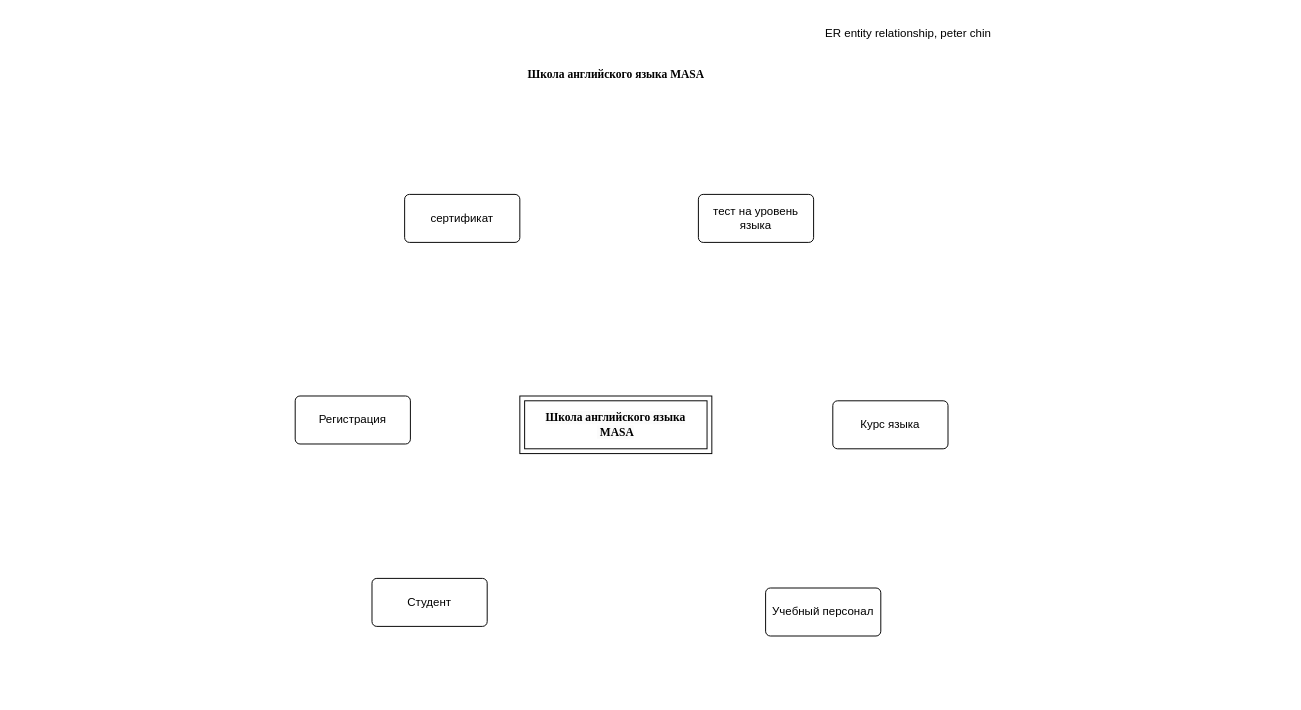
This is Entity_Relation_Masa_notation_peter_chin.drawio from mati-tech/draw.io, a draw.io file, before an edit. Source tidied: cells renumbered, new cells numbered last; positions are measured from the earlier drawing's top-left corner, leaving out a move shared by most shapes. Both pictures are drawn from the tidied source at 96%, with x=0, y=0 at pixel (295, 21).
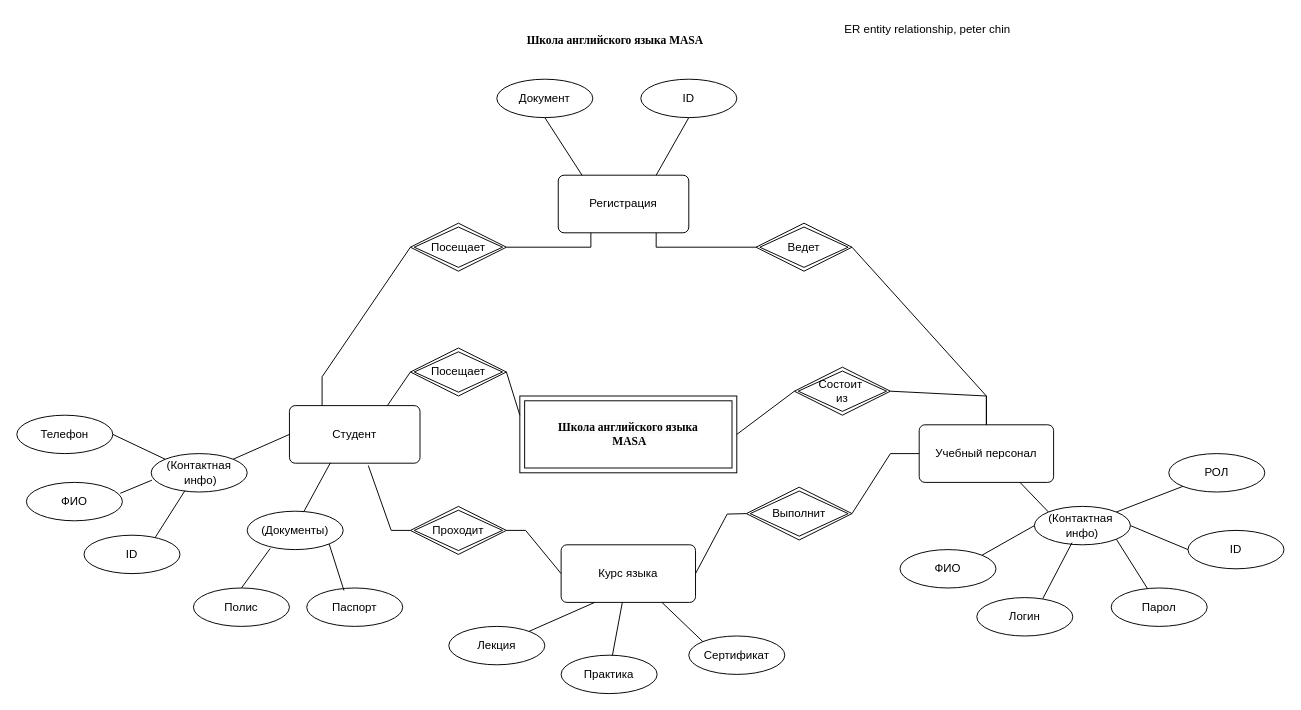
The same page after the edit.

Change to the diagram source:
```diff
@@
     <mxCell id="2" value="&lt;br&gt;&lt;span style=&quot;color: rgb(0, 0, 0); font-family: &amp;quot;Times New Roman&amp;quot;; font-size: 12px; font-style: normal; font-variant-ligatures: normal; font-variant-caps: normal; font-weight: 700; letter-spacing: normal; orphans: 2; text-align: center; text-indent: 0px; text-transform: none; widows: 2; word-spacing: 0px; -webkit-text-stroke-width: 0px; white-space: nowrap; background-color: rgb(251, 251, 251); text-decoration-thickness: initial; text-decoration-style: initial; text-decoration-color: initial; display: inline !important; float: none;&quot;&gt;Школа английского языка&lt;/span&gt;&lt;div&gt;&lt;span style=&quot;color: rgb(0, 0, 0); font-family: &amp;quot;Times New Roman&amp;quot;; font-size: 12px; font-style: normal; font-variant-ligatures: normal; font-variant-caps: normal; font-weight: 700; letter-spacing: normal; orphans: 2; text-align: center; text-indent: 0px; text-transform: none; widows: 2; word-spacing: 0px; -webkit-text-stroke-width: 0px; white-space: nowrap; background-color: rgb(251, 251, 251); text-decoration-thickness: initial; text-decoration-style: initial; text-decoration-color: initial; display: inline !important; float: none;&quot;&gt;&amp;nbsp;MASA&lt;/span&gt;&lt;br&gt;&lt;br&gt;&lt;/div&gt;" style="shape=ext;margin=3;double=1;whiteSpace=wrap;html=1;align=center;" parent="1" vertex="1">
-      <mxGeometry x="234" y="390" width="200" height="60" as="geometry" />
+      <mxGeometry x="234" y="390" width="226" height="80" as="geometry" />
     </mxCell>
     <mxCell id="3" value="Курс языка" style="rounded=1;arcSize=10;whiteSpace=wrap;html=1;align=center;" parent="1" vertex="1">
-      <mxGeometry x="560" y="395" width="120" height="50" as="geometry" />
+      <mxGeometry x="277" y="545" width="140" height="60" as="geometry" />
     </mxCell>
     <mxCell id="4" value="&lt;span style=&quot;font-weight: 700;&quot;&gt;&lt;font face=&quot;Times New Roman&quot;&gt;Школа английского языка MASA&lt;/font&gt;&lt;/span&gt;" style="text;html=1;align=center;verticalAlign=middle;strokeColor=none;fillColor=none;" parent="1" vertex="1">
-      <mxGeometry x="229" y="40" width="210" height="30" as="geometry" />
+      <mxGeometry x="228" y="5" width="210" height="30" as="geometry" />
     </mxCell>
     <mxCell id="5" value="Регистрация" style="rounded=1;arcSize=10;whiteSpace=wrap;html=1;align=center;" parent="1" vertex="1">
-      <mxGeometry y="390" width="120" height="50" as="geometry" />
+      <mxGeometry x="274" y="160" width="136" height="60" as="geometry" />
     </mxCell>
     <mxCell id="6" value="Студент" style="rounded=1;arcSize=10;whiteSpace=wrap;html=1;align=center;" parent="1" vertex="1">
-      <mxGeometry x="80" y="580" width="120" height="50" as="geometry" />
+      <mxGeometry x="-6" y="400" width="136" height="60" as="geometry" />
     </mxCell>
-    <mxCell id="7" value="сертификат" style="rounded=1;arcSize=10;whiteSpace=wrap;html=1;align=center;" parent="1" vertex="1">
-      <mxGeometry x="114" y="180" width="120" height="50" as="geometry" />
-    </mxCell>
-    <mxCell id="8" value="тест на уровень языка" style="rounded=1;arcSize=10;whiteSpace=wrap;html=1;align=center;" parent="1" vertex="1">
-      <mxGeometry x="420" y="180" width="120" height="50" as="geometry" />
-    </mxCell>
     <mxCell id="9" value="Учебный персонал" style="rounded=1;arcSize=10;whiteSpace=wrap;html=1;align=center;" parent="1" vertex="1">
-      <mxGeometry x="490" y="590" width="120" height="50" as="geometry" />
+      <mxGeometry x="650" y="420" width="140" height="60" as="geometry" />
     </mxCell>
     <mxCell id="10" value="ER entity relationship, peter chin&amp;nbsp;&lt;div&gt;&lt;br&gt;&lt;/div&gt;" style="text;html=1;align=center;verticalAlign=middle;strokeColor=none;fillColor=none;" parent="1" vertex="1">
-      <mxGeometry x="540" width="200" height="40" as="geometry" />
+      <mxGeometry x="560" y="-5" width="200" height="40" as="geometry" />
     </mxCell>
+    <mxCell id="11" value="Посещает" style="shape=rhombus;double=1;perimeter=rhombusPerimeter;whiteSpace=wrap;html=1;align=center;" parent="1" vertex="1">
+      <mxGeometry x="120" y="210" width="100" height="50" as="geometry" />
+    </mxCell>
+    <mxCell id="12" value="(Контактная&lt;div&gt;&amp;nbsp;инфо)&lt;/div&gt;" style="ellipse;whiteSpace=wrap;html=1;align=center;" parent="1" vertex="1">
+      <mxGeometry x="-150" y="450" width="100" height="40" as="geometry" />
+    </mxCell>
+    <mxCell id="13" value="Ведет" style="shape=rhombus;double=1;perimeter=rhombusPerimeter;whiteSpace=wrap;html=1;align=center;" parent="1" vertex="1">
+      <mxGeometry x="480" y="210" width="100" height="50" as="geometry" />
+    </mxCell>
+    <mxCell id="14" value="Посещает" style="shape=rhombus;double=1;perimeter=rhombusPerimeter;whiteSpace=wrap;html=1;align=center;" parent="1" vertex="1">
+      <mxGeometry x="120" y="340" width="100" height="50" as="geometry" />
+    </mxCell>
+    <mxCell id="15" value="Состоит&amp;nbsp;&lt;div&gt;из&lt;/div&gt;" style="shape=rhombus;double=1;perimeter=rhombusPerimeter;whiteSpace=wrap;html=1;align=center;" parent="1" vertex="1">
+      <mxGeometry x="520" y="360" width="100" height="50" as="geometry" />
+    </mxCell>
+    <mxCell id="16" value="(Документы)" style="ellipse;whiteSpace=wrap;html=1;align=center;" parent="1" vertex="1">
+      <mxGeometry x="-50" y="510" width="100" height="40" as="geometry" />
+    </mxCell>
+    <mxCell id="17" value="ФИО" style="ellipse;whiteSpace=wrap;html=1;align=center;" parent="1" vertex="1">
+      <mxGeometry x="-280" y="480" width="100" height="40" as="geometry" />
+    </mxCell>
+    <mxCell id="18" value="ID" style="ellipse;whiteSpace=wrap;html=1;align=center;" parent="1" vertex="1">
+      <mxGeometry x="-220" y="535" width="100" height="40" as="geometry" />
+    </mxCell>
+    <mxCell id="19" value="Полис" style="ellipse;whiteSpace=wrap;html=1;align=center;" parent="1" vertex="1">
+      <mxGeometry x="-106" y="590" width="100" height="40" as="geometry" />
+    </mxCell>
+    <mxCell id="20" value="Паспорт" style="ellipse;whiteSpace=wrap;html=1;align=center;" parent="1" vertex="1">
+      <mxGeometry x="12" y="590" width="100" height="40" as="geometry" />
+    </mxCell>
+    <mxCell id="21" value="Документ" style="ellipse;whiteSpace=wrap;html=1;align=center;" parent="1" vertex="1">
+      <mxGeometry x="210" y="60" width="100" height="40" as="geometry" />
+    </mxCell>
+    <mxCell id="22" value="ID" style="ellipse;whiteSpace=wrap;html=1;align=center;" parent="1" vertex="1">
+      <mxGeometry x="360" y="60" width="100" height="40" as="geometry" />
+    </mxCell>
+    <mxCell id="23" value="(Контактная&amp;nbsp;&lt;div&gt;инфо)&lt;/div&gt;" style="ellipse;whiteSpace=wrap;html=1;align=center;" parent="1" vertex="1">
+      <mxGeometry x="770" y="505" width="100" height="40" as="geometry" />
+    </mxCell>
+    <mxCell id="24" value="ФИО" style="ellipse;whiteSpace=wrap;html=1;align=center;" parent="1" vertex="1">
+      <mxGeometry x="630" y="550" width="100" height="40" as="geometry" />
+    </mxCell>
+    <mxCell id="25" value="Логин" style="ellipse;whiteSpace=wrap;html=1;align=center;" parent="1" vertex="1">
+      <mxGeometry x="710" y="600" width="100" height="40" as="geometry" />
+    </mxCell>
+    <mxCell id="26" value="Парол" style="ellipse;whiteSpace=wrap;html=1;align=center;" parent="1" vertex="1">
+      <mxGeometry x="850" y="590" width="100" height="40" as="geometry" />
+    </mxCell>
+    <mxCell id="27" value="ID" style="ellipse;whiteSpace=wrap;html=1;align=center;" parent="1" vertex="1">
+      <mxGeometry x="930" y="530" width="100" height="40" as="geometry" />
+    </mxCell>
+    <mxCell id="28" value="РОЛ" style="ellipse;whiteSpace=wrap;html=1;align=center;" parent="1" vertex="1">
+      <mxGeometry x="910" y="450" width="100" height="40" as="geometry" />
+    </mxCell>
+    <mxCell id="29" style="endArrow=none;html=1;rounded=0;entryX=0.5;entryY=1;entryDx=0;entryDy=0;exitX=0.75;exitY=0;exitDx=0;exitDy=0;" parent="1" edge="1" source="5" target="22">
+      <mxGeometry relative="1" as="geometry" />
+    </mxCell>
+    <mxCell id="30" style="endArrow=none;html=1;rounded=0;entryX=0.183;entryY=0.003;entryDx=0;entryDy=0;entryPerimeter=0;exitX=0.5;exitY=1;exitDx=0;exitDy=0;" parent="1" edge="1" source="21" target="5">
+      <mxGeometry relative="1" as="geometry" />
+    </mxCell>
+    <mxCell id="31" style="endArrow=none;html=1;rounded=0;entryX=0.5;entryY=0;entryDx=0;entryDy=0;exitX=1;exitY=0.5;exitDx=0;exitDy=0;" parent="1" edge="1" source="13" target="9">
+      <mxGeometry relative="1" as="geometry">
+        <Array as="points">
+          <mxPoint x="720" y="390" />
+        </Array>
+      </mxGeometry>
+    </mxCell>
+    <mxCell id="32" style="endArrow=none;html=1;rounded=0;exitX=0.75;exitY=1;exitDx=0;exitDy=0;entryX=0;entryY=0.5;entryDx=0;entryDy=0;" parent="1" edge="1" source="5" target="13">
+      <mxGeometry relative="1" as="geometry">
+        <Array as="points">
+          <mxPoint x="376" y="235" />
+        </Array>
+      </mxGeometry>
+    </mxCell>
+    <mxCell id="33" style="endArrow=none;html=1;rounded=0;entryX=0.25;entryY=1;entryDx=0;entryDy=0;exitX=1;exitY=0.5;exitDx=0;exitDy=0;" parent="1" edge="1" source="11" target="5">
+      <mxGeometry relative="1" as="geometry">
+        <Array as="points">
+          <mxPoint x="308" y="235" />
+        </Array>
+      </mxGeometry>
+    </mxCell>
+    <mxCell id="34" style="endArrow=none;html=1;rounded=0;entryX=0;entryY=0.5;entryDx=0;entryDy=0;exitX=0.25;exitY=0;exitDx=0;exitDy=0;" parent="1" edge="1" source="6" target="11">
+      <mxGeometry relative="1" as="geometry">
+        <Array as="points">
+          <mxPoint x="28" y="370" />
+        </Array>
+      </mxGeometry>
+    </mxCell>
+    <mxCell id="35" style="endArrow=none;html=1;rounded=0;entryX=0.5;entryY=0;entryDx=0;entryDy=0;exitX=1;exitY=0.5;exitDx=0;exitDy=0;" parent="1" edge="1" source="15" target="9">
+      <mxGeometry relative="1" as="geometry">
+        <Array as="points">
+          <mxPoint x="720" y="390" />
+        </Array>
+      </mxGeometry>
+    </mxCell>
+    <mxCell id="36" style="endArrow=none;html=1;rounded=0;entryX=0;entryY=0.5;entryDx=0;entryDy=0;exitX=1;exitY=0.5;exitDx=0;exitDy=0;" parent="1" edge="1" source="2" target="15">
+      <mxGeometry relative="1" as="geometry" />
+    </mxCell>
+    <mxCell id="37" style="endArrow=none;html=1;rounded=0;entryX=0;entryY=0.5;entryDx=0;entryDy=0;exitX=0.75;exitY=0;exitDx=0;exitDy=0;" parent="1" edge="1" source="6" target="14">
+      <mxGeometry relative="1" as="geometry" />
+    </mxCell>
+    <mxCell id="38" style="endArrow=none;html=1;rounded=0;entryX=0;entryY=0.25;entryDx=0;entryDy=0;exitX=1;exitY=0.5;exitDx=0;exitDy=0;" parent="1" edge="1" source="14" target="2">
+      <mxGeometry relative="1" as="geometry" />
+    </mxCell>
+    <mxCell id="39" style="endArrow=none;html=1;rounded=0;entryX=0;entryY=0.5;entryDx=0;entryDy=0;exitX=1;exitY=0;exitDx=0;exitDy=0;" parent="1" edge="1" source="12" target="6">
+      <mxGeometry relative="1" as="geometry" />
+    </mxCell>
+    <mxCell id="40" style="endArrow=none;html=1;rounded=0;entryX=0.314;entryY=0.992;entryDx=0;entryDy=0;entryPerimeter=0;exitX=0.587;exitY=0.024;exitDx=0;exitDy=0;exitPerimeter=0;" parent="1" edge="1" source="16" target="6">
+      <mxGeometry relative="1" as="geometry" />
+    </mxCell>
+    <mxCell id="41" style="endArrow=none;html=1;rounded=0;exitX=0.978;exitY=0.283;exitDx=0;exitDy=0;exitPerimeter=0;entryX=0.008;entryY=0.692;entryDx=0;entryDy=0;entryPerimeter=0;" parent="1" edge="1" source="17" target="12">
+      <mxGeometry relative="1" as="geometry" />
+    </mxCell>
+    <mxCell id="42" style="endArrow=none;html=1;rounded=0;entryX=0.352;entryY=0.963;entryDx=0;entryDy=0;entryPerimeter=0;exitX=0.743;exitY=0.054;exitDx=0;exitDy=0;exitPerimeter=0;" parent="1" edge="1" source="18" target="12">
+      <mxGeometry relative="1" as="geometry" />
+    </mxCell>
+    <mxCell id="43" value="Телефон" style="ellipse;whiteSpace=wrap;html=1;align=center;" parent="1" vertex="1">
+      <mxGeometry x="-290" y="410" width="100" height="40" as="geometry" />
+    </mxCell>
+    <mxCell id="44" style="endArrow=none;html=1;rounded=0;entryX=0;entryY=0;entryDx=0;entryDy=0;exitX=1;exitY=0.5;exitDx=0;exitDy=0;" parent="1" edge="1" source="43" target="12">
+      <mxGeometry relative="1" as="geometry" />
+    </mxCell>
+    <mxCell id="45" style="endArrow=none;html=1;rounded=0;entryX=0.24;entryY=0.969;entryDx=0;entryDy=0;entryPerimeter=0;exitX=0.5;exitY=0;exitDx=0;exitDy=0;" parent="1" edge="1" source="19" target="16">
+      <mxGeometry relative="1" as="geometry" />
+    </mxCell>
+    <mxCell id="46" style="endArrow=none;html=1;rounded=0;entryX=0.388;entryY=0.065;entryDx=0;entryDy=0;entryPerimeter=0;exitX=1;exitY=1;exitDx=0;exitDy=0;" parent="1" edge="1" source="16" target="20">
+      <mxGeometry relative="1" as="geometry" />
+    </mxCell>
+    <mxCell id="47" style="endArrow=none;html=1;rounded=0;entryX=0;entryY=0.5;entryDx=0;entryDy=0;exitX=1;exitY=0.5;exitDx=0;exitDy=0;" parent="1" edge="1" source="48" target="9">
+      <mxGeometry relative="1" as="geometry">
+        <Array as="points">
+          <mxPoint x="620" y="450" />
+        </Array>
+      </mxGeometry>
+    </mxCell>
+    <mxCell id="48" value="Выполнит" style="shape=rhombus;double=1;perimeter=rhombusPerimeter;whiteSpace=wrap;html=1;align=center;" parent="1" vertex="1">
+      <mxGeometry x="470" y="485" width="110" height="55" as="geometry" />
+    </mxCell>
+    <mxCell id="49" style="endArrow=none;html=1;rounded=0;entryX=0;entryY=0.5;entryDx=0;entryDy=0;exitX=1;exitY=0.5;exitDx=0;exitDy=0;" parent="1" edge="1" source="3" target="48">
+      <mxGeometry relative="1" as="geometry">
+        <Array as="points">
+          <mxPoint x="450" y="513" />
+        </Array>
+      </mxGeometry>
+    </mxCell>
+    <mxCell id="50" value="Проходит" style="shape=rhombus;double=1;perimeter=rhombusPerimeter;whiteSpace=wrap;html=1;align=center;" parent="1" vertex="1">
+      <mxGeometry x="120" y="505" width="100" height="50" as="geometry" />
+    </mxCell>
+    <mxCell id="51" style="endArrow=none;html=1;rounded=0;exitX=0.604;exitY=1.04;exitDx=0;exitDy=0;exitPerimeter=0;entryX=0;entryY=0.5;entryDx=0;entryDy=0;" parent="1" edge="1" source="6" target="50">
+      <mxGeometry relative="1" as="geometry">
+        <Array as="points">
+          <mxPoint x="100" y="530" />
+        </Array>
+      </mxGeometry>
+    </mxCell>
+    <mxCell id="52" style="endArrow=none;html=1;rounded=0;entryX=0;entryY=0.5;entryDx=0;entryDy=0;exitX=1;exitY=0.5;exitDx=0;exitDy=0;" parent="1" edge="1" source="50" target="3">
+      <mxGeometry relative="1" as="geometry">
+        <Array as="points">
+          <mxPoint x="240" y="530" />
+        </Array>
+      </mxGeometry>
+    </mxCell>
+    <mxCell id="53" style="endArrow=none;html=1;rounded=0;exitX=0.75;exitY=1;exitDx=0;exitDy=0;entryX=0;entryY=0;entryDx=0;entryDy=0;" parent="1" edge="1" source="9" target="23">
+      <mxGeometry relative="1" as="geometry" />
+    </mxCell>
+    <mxCell id="54" style="endArrow=none;html=1;rounded=0;entryX=0;entryY=0.5;entryDx=0;entryDy=0;exitX=1;exitY=0;exitDx=0;exitDy=0;" parent="1" edge="1" source="24" target="23">
+      <mxGeometry relative="1" as="geometry" />
+    </mxCell>
+    <mxCell id="55" style="endArrow=none;html=1;rounded=0;entryX=0.392;entryY=0.944;entryDx=0;entryDy=0;entryPerimeter=0;exitX=0.687;exitY=0.029;exitDx=0;exitDy=0;exitPerimeter=0;" parent="1" edge="1" source="25" target="23">
+      <mxGeometry relative="1" as="geometry" />
+    </mxCell>
+    <mxCell id="56" style="endArrow=none;html=1;rounded=0;entryX=1;entryY=1;entryDx=0;entryDy=0;" parent="1" edge="1" source="26" target="23">
+      <mxGeometry relative="1" as="geometry" />
+    </mxCell>
+    <mxCell id="57" style="endArrow=none;html=1;rounded=0;entryX=1;entryY=0.5;entryDx=0;entryDy=0;exitX=0;exitY=0.5;exitDx=0;exitDy=0;" parent="1" edge="1" source="27" target="23">
+      <mxGeometry relative="1" as="geometry" />
+    </mxCell>
+    <mxCell id="58" style="endArrow=none;html=1;rounded=0;entryX=1;entryY=0;entryDx=0;entryDy=0;exitX=0;exitY=1;exitDx=0;exitDy=0;" parent="1" edge="1" source="28" target="23">
+      <mxGeometry relative="1" as="geometry" />
+    </mxCell>
+    <mxCell id="59" value="Лекция" style="ellipse;whiteSpace=wrap;html=1;align=center;" parent="1" vertex="1">
+      <mxGeometry x="160" y="630" width="100" height="40" as="geometry" />
+    </mxCell>
+    <mxCell id="60" value="Практика" style="ellipse;whiteSpace=wrap;html=1;align=center;" parent="1" vertex="1">
+      <mxGeometry x="277" y="660" width="100" height="40" as="geometry" />
+    </mxCell>
+    <mxCell id="61" value="Сертификат" style="ellipse;whiteSpace=wrap;html=1;align=center;" parent="1" vertex="1">
+      <mxGeometry x="410" y="640" width="100" height="40" as="geometry" />
+    </mxCell>
+    <mxCell id="62" style="endArrow=none;html=1;rounded=0;entryX=0.25;entryY=1;entryDx=0;entryDy=0;" parent="1" edge="1" source="59" target="3">
+      <mxGeometry relative="1" as="geometry" />
+    </mxCell>
+    <mxCell id="63" style="endArrow=none;html=1;rounded=0;entryX=0.456;entryY=0.992;entryDx=0;entryDy=0;entryPerimeter=0;" parent="1" edge="1" source="60" target="3">
+      <mxGeometry relative="1" as="geometry" />
+    </mxCell>
+    <mxCell id="64" style="endArrow=none;html=1;rounded=0;entryX=0;entryY=0;entryDx=0;entryDy=0;exitX=0.75;exitY=1;exitDx=0;exitDy=0;" parent="1" edge="1" source="3" target="61">
+      <mxGeometry relative="1" as="geometry" />
+    </mxCell>
```
